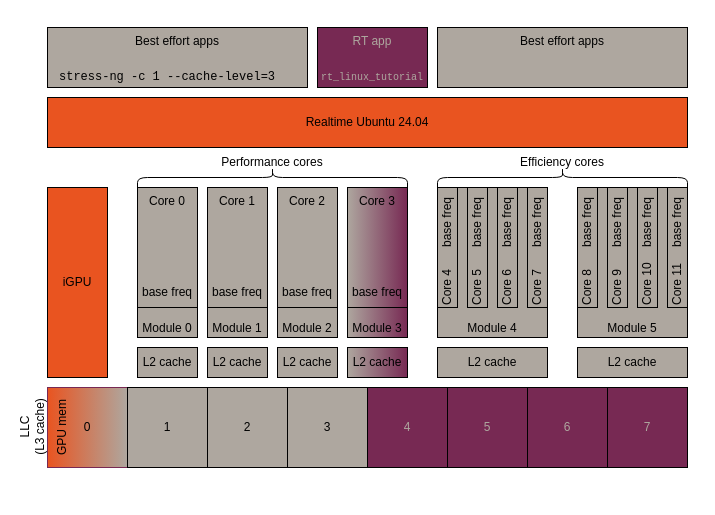
canonical/real-time-ubuntu-docs keeps this draw.io diagram as docs/diagram_sources/tcc_setup_CAT.drawio.xml. Above is the earlier version. Source tidied: cells renumbered, new cells numbered last; positions are measured from the earlier drawing's top-left corner, leaving out a move shared by most shapes. Both pictures are drawn from the tidied source at 100%, with x=0, y=0 at pixel (17, 27).
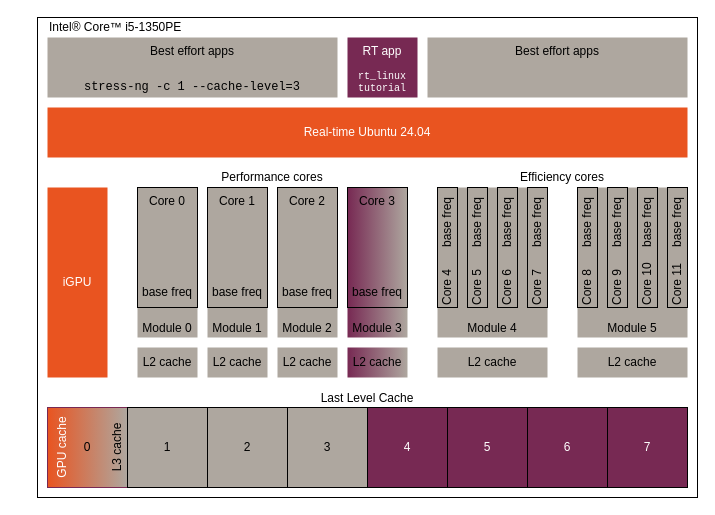
After the change.

Commit message (it also covers changes not shown here):
Update images to "Real-time Ubuntu"

The edit, as a diff of the source:
```diff
@@
+    <mxCell id="59" style="rounded=0;whiteSpace=wrap;html=1;" parent="1" vertex="1">
+      <mxGeometry x="20" y="-10" width="660" height="480" as="geometry" />
+    </mxCell>
-    <mxCell id="2" value="Module 2" style="rounded=0;whiteSpace=wrap;html=1;verticalAlign=bottom;fontFamily=Ubuntu;fillColor=#AEA79F;" parent="1" vertex="1">
+    <mxCell id="2" value="Module 2" style="rounded=0;whiteSpace=wrap;html=1;verticalAlign=bottom;fontFamily=Ubuntu;fillColor=#AEA79F;strokeColor=none;" parent="1" vertex="1">
       <mxGeometry x="260" y="160" width="60" height="150" as="geometry" />
     </mxCell>
-    <mxCell id="3" value="Module 1" style="rounded=0;whiteSpace=wrap;html=1;verticalAlign=bottom;fontFamily=Ubuntu;fillColor=#AEA79F;" parent="1" vertex="1">
+    <mxCell id="3" value="Module 1" style="rounded=0;whiteSpace=wrap;html=1;verticalAlign=bottom;fontFamily=Ubuntu;fillColor=#AEA79F;strokeColor=none;" parent="1" vertex="1">
       <mxGeometry x="190" y="160" width="60" height="150" as="geometry" />
     </mxCell>
-    <mxCell id="4" value="Module 0" style="rounded=0;whiteSpace=wrap;html=1;verticalAlign=bottom;fontFamily=Ubuntu;fillColor=#AEA79F;" parent="1" vertex="1">
+    <mxCell id="4" value="Module 0" style="rounded=0;whiteSpace=wrap;html=1;verticalAlign=bottom;fontFamily=Ubuntu;fillColor=#AEA79F;strokeColor=none;" parent="1" vertex="1">
       <mxGeometry x="120" y="160" width="60" height="150" as="geometry" />
     </mxCell>
-    <mxCell id="5" value="Module 3" style="rounded=0;whiteSpace=wrap;html=1;verticalAlign=bottom;fontFamily=Ubuntu;fillColor=#AEA79F;fillStyle=solid;gradientColor=#772953;gradientDirection=east;" parent="1" vertex="1">
+    <mxCell id="5" value="Module 3" style="rounded=0;whiteSpace=wrap;html=1;verticalAlign=bottom;fontFamily=Ubuntu;fillColor=#772953;fillStyle=solid;gradientColor=#AEA79F;gradientDirection=east;fontColor=#000000;strokeColor=none;" parent="1" vertex="1">
       <mxGeometry x="330" y="160" width="60" height="150" as="geometry" />
     </mxCell>
     <mxCell id="6" value="0" style="whiteSpace=wrap;html=1;fontFamily=Ubuntu;fillStyle=solid;fillColor=#AEA79F;gradientColor=#E95420;strokeColor=#772953;rounded=0;shadow=0;glass=0;gradientDirection=west;" parent="1" vertex="1">
-      <mxGeometry x="30" y="360" width="80" height="80" as="geometry" />
+      <mxGeometry x="30" y="380" width="80" height="80" as="geometry" />
     </mxCell>
     <mxCell id="7" value="1" style="whiteSpace=wrap;html=1;fontFamily=Ubuntu;fillColor=#AEA79F;" parent="1" vertex="1">
-      <mxGeometry x="110" y="360" width="80" height="80" as="geometry" />
+      <mxGeometry x="110" y="380" width="80" height="80" as="geometry" />
     </mxCell>
     <mxCell id="8" value="2" style="whiteSpace=wrap;html=1;fontFamily=Ubuntu;fillColor=#AEA79F;" parent="1" vertex="1">
-      <mxGeometry x="190" y="360" width="80" height="80" as="geometry" />
+      <mxGeometry x="190" y="380" width="80" height="80" as="geometry" />
     </mxCell>
     <mxCell id="9" value="3" style="whiteSpace=wrap;html=1;fontFamily=Ubuntu;fillColor=#AEA79F;" parent="1" vertex="1">
-      <mxGeometry x="270" y="360" width="80" height="80" as="geometry" />
+      <mxGeometry x="270" y="380" width="80" height="80" as="geometry" />
     </mxCell>
-    <mxCell id="10" value="4" style="whiteSpace=wrap;html=1;fontFamily=Ubuntu;fillColor=#772953;fontColor=#AEA79F;" parent="1" vertex="1">
-      <mxGeometry x="350" y="360" width="80" height="80" as="geometry" />
+    <mxCell id="10" value="4" style="whiteSpace=wrap;html=1;fontFamily=Ubuntu;fillColor=#772953;fontColor=#FFFFFF;" parent="1" vertex="1">
+      <mxGeometry x="350" y="380" width="80" height="80" as="geometry" />
     </mxCell>
-    <mxCell id="11" value="5" style="whiteSpace=wrap;html=1;fontFamily=Ubuntu;fillColor=#772953;fontColor=#AEA79F;" parent="1" vertex="1">
-      <mxGeometry x="430" y="360" width="80" height="80" as="geometry" />
+    <mxCell id="11" value="5" style="whiteSpace=wrap;html=1;fontFamily=Ubuntu;fillColor=#772953;fontColor=#FFFFFF;" parent="1" vertex="1">
+      <mxGeometry x="430" y="380" width="80" height="80" as="geometry" />
     </mxCell>
-    <mxCell id="12" value="6" style="whiteSpace=wrap;html=1;fontFamily=Ubuntu;fillColor=#772953;fontColor=#AEA79F;" parent="1" vertex="1">
-      <mxGeometry x="510" y="360" width="80" height="80" as="geometry" />
+    <mxCell id="12" value="6" style="whiteSpace=wrap;html=1;fontFamily=Ubuntu;fillColor=#772953;fontColor=#FFFFFF;" parent="1" vertex="1">
+      <mxGeometry x="510" y="380" width="80" height="80" as="geometry" />
     </mxCell>
-    <mxCell id="13" value="7" style="whiteSpace=wrap;html=1;fontFamily=Ubuntu;fillColor=#772953;fontColor=#AEA79F;" parent="1" vertex="1">
-      <mxGeometry x="590" y="360" width="80" height="80" as="geometry" />
+    <mxCell id="13" value="7" style="whiteSpace=wrap;html=1;fontFamily=Ubuntu;fillColor=#772953;fontColor=#FFFFFF;" parent="1" vertex="1">
+      <mxGeometry x="590" y="380" width="80" height="80" as="geometry" />
     </mxCell>
-    <mxCell id="14" value="iGPU" style="rounded=0;whiteSpace=wrap;html=1;fontFamily=Ubuntu;fillColor=#E95420;" parent="1" vertex="1">
+    <mxCell id="14" value="iGPU" style="rounded=0;whiteSpace=wrap;html=1;fontFamily=Ubuntu;fillColor=#E95420;strokeColor=none;fontColor=#FFFFFF;" parent="1" vertex="1">
       <mxGeometry x="30" y="160" width="60" height="190" as="geometry" />
     </mxCell>
@@
-    <mxCell id="18" value="Core 3" style="rounded=0;whiteSpace=wrap;html=1;fontFamily=Ubuntu;verticalAlign=top;fillColor=none;fillStyle=hatch;gradientDirection=east;strokeColor=default;" parent="1" vertex="1">
+    <mxCell id="18" value="Core 3" style="rounded=0;whiteSpace=wrap;html=1;fontFamily=Ubuntu;verticalAlign=top;fillColor=none;fillStyle=hatch;gradientDirection=east;strokeColor=default;fontColor=#000000;" parent="1" vertex="1">
       <mxGeometry x="330" y="160" width="60" height="120" as="geometry" />
     </mxCell>
-    <mxCell id="19" value="L2 cache" style="rounded=0;whiteSpace=wrap;html=1;fontFamily=Ubuntu;fillColor=#AEA79F;" parent="1" vertex="1">
-      <mxGeometry x="420" y="320" width="110" height="30" as="geometry" />
-    </mxCell>
-    <mxCell id="20" value="L2 cache" style="rounded=0;whiteSpace=wrap;html=1;fontFamily=Ubuntu;fillColor=#AEA79F;" parent="1" vertex="1">
-      <mxGeometry x="560" y="320" width="110" height="30" as="geometry" />
-    </mxCell>
+    <mxCell id="60" value="L2 cache" style="rounded=0;whiteSpace=wrap;html=1;fontFamily=Ubuntu;fillColor=#AEA79F;strokeColor=none;" parent="1" vertex="1">
+      <mxGeometry x="420" y="320" width="110" height="30" as="geometry" />
+    </mxCell>
+    <mxCell id="61" value="L2 cache" style="rounded=0;whiteSpace=wrap;html=1;fontFamily=Ubuntu;fillColor=#AEA79F;strokeColor=none;" parent="1" vertex="1">
+      <mxGeometry x="560" y="320" width="110" height="30" as="geometry" />
+    </mxCell>
-    <mxCell id="21" value="Module 4" style="rounded=0;whiteSpace=wrap;html=1;verticalAlign=bottom;fontFamily=Ubuntu;fillColor=#AEA79F;" parent="1" vertex="1">
+    <mxCell id="21" value="Module 4" style="rounded=0;whiteSpace=wrap;html=1;verticalAlign=bottom;fontFamily=Ubuntu;fillColor=#AEA79F;strokeColor=none;" parent="1" vertex="1">
       <mxGeometry x="420" y="160" width="110" height="150" as="geometry" />
     </mxCell>
-    <mxCell id="22" value="Module 5" style="rounded=0;whiteSpace=wrap;html=1;verticalAlign=bottom;fontFamily=Ubuntu;fillColor=#AEA79F;" parent="1" vertex="1">
+    <mxCell id="22" value="Module 5" style="rounded=0;whiteSpace=wrap;html=1;verticalAlign=bottom;fontFamily=Ubuntu;fillColor=#AEA79F;strokeColor=none;" parent="1" vertex="1">
       <mxGeometry x="560" y="160" width="110" height="150" as="geometry" />
     </mxCell>
@@
-    <mxCell id="31" value="L2 cache" style="rounded=0;whiteSpace=wrap;html=1;fontFamily=Ubuntu;fillColor=#AEA79F;" parent="1" vertex="1">
-      <mxGeometry x="120" y="320" width="60" height="30" as="geometry" />
-    </mxCell>
-    <mxCell id="32" value="L2 cache" style="rounded=0;whiteSpace=wrap;html=1;fontFamily=Ubuntu;fillColor=#AEA79F;" parent="1" vertex="1">
-      <mxGeometry x="190" y="320" width="60" height="30" as="geometry" />
-    </mxCell>
-    <mxCell id="33" value="L2 cache" style="rounded=0;whiteSpace=wrap;html=1;fontFamily=Ubuntu;fillColor=#AEA79F;" parent="1" vertex="1">
-      <mxGeometry x="260" y="320" width="60" height="30" as="geometry" />
-    </mxCell>
-    <mxCell id="34" value="L2 cache" style="rounded=0;whiteSpace=wrap;html=1;fontFamily=Ubuntu;fillColor=#AEA79F;fillStyle=solid;strokeWidth=1;gradientColor=#772953;gradientDirection=east;" parent="1" vertex="1">
-      <mxGeometry x="330" y="320" width="60" height="30" as="geometry" />
-    </mxCell>
-    <mxCell id="35" value="LLC&lt;div&gt;(L3 cache)&lt;/div&gt;" style="text;html=1;align=center;verticalAlign=middle;whiteSpace=wrap;rounded=0;horizontal=0;fontFamily=Ubuntu;" parent="1" vertex="1">
-      <mxGeometry y="352.5" width="30" height="95" as="geometry" />
-    </mxCell>
-    <mxCell id="36" value="Realtime Ubuntu 24.04" style="rounded=0;whiteSpace=wrap;html=1;fontFamily=Ubuntu;verticalAlign=middle;fillColor=#E95420;" parent="1" vertex="1">
-      <mxGeometry x="30" y="70" width="640" height="50" as="geometry" />
-    </mxCell>
-    <mxCell id="37" value="Best effort apps" style="rounded=0;whiteSpace=wrap;html=1;fontFamily=Ubuntu;verticalAlign=top;fillColor=#AEA79F;" parent="1" vertex="1">
-      <mxGeometry x="30" width="260" height="60" as="geometry" />
-    </mxCell>
-    <mxCell id="38" value="Best effort apps" style="rounded=0;whiteSpace=wrap;html=1;fontFamily=Ubuntu;verticalAlign=top;fillColor=#AEA79F;" parent="1" vertex="1">
-      <mxGeometry x="420" width="250" height="60" as="geometry" />
-    </mxCell>
+    <mxCell id="62" value="L2 cache" style="rounded=0;whiteSpace=wrap;html=1;fontFamily=Ubuntu;fillColor=#AEA79F;strokeColor=none;" parent="1" vertex="1">
+      <mxGeometry x="120" y="320" width="60" height="30" as="geometry" />
+    </mxCell>
+    <mxCell id="63" value="L2 cache" style="rounded=0;whiteSpace=wrap;html=1;fontFamily=Ubuntu;fillColor=#AEA79F;strokeColor=none;" parent="1" vertex="1">
+      <mxGeometry x="190" y="320" width="60" height="30" as="geometry" />
+    </mxCell>
+    <mxCell id="64" value="L2 cache" style="rounded=0;whiteSpace=wrap;html=1;fontFamily=Ubuntu;fillColor=#AEA79F;strokeColor=none;" parent="1" vertex="1">
+      <mxGeometry x="260" y="320" width="60" height="30" as="geometry" />
+    </mxCell>
+    <mxCell id="65" value="L2 cache" style="rounded=0;whiteSpace=wrap;html=1;fontFamily=Ubuntu;fillColor=#772953;fillStyle=solid;strokeWidth=1;gradientColor=#AEA79F;gradientDirection=east;fontColor=#000000;strokeColor=none;" parent="1" vertex="1">
+      <mxGeometry x="330" y="320" width="60" height="30" as="geometry" />
+    </mxCell>
+    <mxCell id="66" value="Last Level Cache" style="text;html=1;align=center;verticalAlign=middle;whiteSpace=wrap;rounded=0;horizontal=1;fontFamily=Ubuntu;" parent="1" vertex="1">
+      <mxGeometry x="30" y="362.5" width="640" height="17.5" as="geometry" />
+    </mxCell>
+    <mxCell id="67" value="Real-time Ubuntu 24.04" style="rounded=0;whiteSpace=wrap;html=1;fontFamily=Ubuntu;verticalAlign=middle;fillColor=#E95420;strokeColor=none;fontColor=#FFFFFF;" parent="1" vertex="1">
+      <mxGeometry x="30" y="80" width="640" height="50" as="geometry" />
+    </mxCell>
+    <mxCell id="68" value="Best effort apps" style="rounded=0;whiteSpace=wrap;html=1;fontFamily=Ubuntu;verticalAlign=top;fillColor=#AEA79F;strokeColor=none;" parent="1" vertex="1">
+      <mxGeometry x="30" y="10" width="290" height="60" as="geometry" />
+    </mxCell>
+    <mxCell id="69" value="Best effort apps" style="rounded=0;whiteSpace=wrap;html=1;fontFamily=Ubuntu;verticalAlign=top;fillColor=#AEA79F;strokeColor=none;" parent="1" vertex="1">
+      <mxGeometry x="410" y="10" width="260" height="60" as="geometry" />
+    </mxCell>
-    <mxCell id="39" value="RT app" style="rounded=0;whiteSpace=wrap;html=1;fontFamily=Ubuntu;verticalAlign=top;labelBackgroundColor=none;fillColor=#772953;fontColor=#AEA79F;" parent="1" vertex="1">
-      <mxGeometry x="300" width="110" height="60" as="geometry" />
+    <mxCell id="39" value="RT app" style="rounded=0;whiteSpace=wrap;html=1;fontFamily=Ubuntu;verticalAlign=top;labelBackgroundColor=none;fillColor=#772953;fontColor=#FFFFFF;strokeColor=none;" parent="1" vertex="1">
+      <mxGeometry x="330" y="10" width="70" height="60" as="geometry" />
     </mxCell>
-    <mxCell id="40" value="base freq" style="text;html=1;align=center;verticalAlign=middle;whiteSpace=wrap;rounded=0;fontFamily=Ubuntu;" parent="1" vertex="1">
-      <mxGeometry x="120" y="250" width="60" height="30" as="geometry" />
-    </mxCell>
-    <mxCell id="41" value="base freq" style="text;html=1;align=center;verticalAlign=middle;whiteSpace=wrap;rounded=0;fontFamily=Ubuntu;" parent="1" vertex="1">
-      <mxGeometry x="190" y="250" width="60" height="30" as="geometry" />
-    </mxCell>
-    <mxCell id="42" value="base freq" style="text;html=1;align=center;verticalAlign=middle;whiteSpace=wrap;rounded=0;fontFamily=Ubuntu;" parent="1" vertex="1">
-      <mxGeometry x="260" y="250" width="60" height="30" as="geometry" />
-    </mxCell>
-    <mxCell id="43" value="base freq" style="text;html=1;align=center;verticalAlign=middle;whiteSpace=wrap;rounded=0;fontFamily=Ubuntu;" parent="1" vertex="1">
-      <mxGeometry x="330" y="250" width="60" height="30" as="geometry" />
-    </mxCell>
-    <mxCell id="44" value="base freq" style="text;html=1;align=center;verticalAlign=middle;whiteSpace=wrap;rounded=0;horizontal=0;fontFamily=Ubuntu;" parent="1" vertex="1">
-      <mxGeometry x="420" y="160" width="20" height="70" as="geometry" />
-    </mxCell>
-    <mxCell id="45" value="base freq" style="text;html=1;align=center;verticalAlign=middle;whiteSpace=wrap;rounded=0;horizontal=0;fontFamily=Ubuntu;" parent="1" vertex="1">
-      <mxGeometry x="450" y="160" width="20" height="70" as="geometry" />
-    </mxCell>
-    <mxCell id="46" value="base freq" style="text;html=1;align=center;verticalAlign=middle;whiteSpace=wrap;rounded=0;horizontal=0;fontFamily=Ubuntu;" parent="1" vertex="1">
-      <mxGeometry x="480" y="160" width="20" height="70" as="geometry" />
-    </mxCell>
-    <mxCell id="47" value="base freq" style="text;html=1;align=center;verticalAlign=middle;whiteSpace=wrap;rounded=0;horizontal=0;fontFamily=Ubuntu;" parent="1" vertex="1">
-      <mxGeometry x="510" y="160" width="20" height="70" as="geometry" />
-    </mxCell>
-    <mxCell id="48" value="base freq" style="text;html=1;align=center;verticalAlign=middle;whiteSpace=wrap;rounded=0;horizontal=0;fontFamily=Ubuntu;" parent="1" vertex="1">
-      <mxGeometry x="560" y="160" width="20" height="70" as="geometry" />
-    </mxCell>
-    <mxCell id="49" value="base freq" style="text;html=1;align=center;verticalAlign=middle;whiteSpace=wrap;rounded=0;horizontal=0;fontFamily=Ubuntu;" parent="1" vertex="1">
-      <mxGeometry x="590" y="160" width="20" height="70" as="geometry" />
-    </mxCell>
-    <mxCell id="50" value="base freq" style="text;html=1;align=center;verticalAlign=middle;whiteSpace=wrap;rounded=0;horizontal=0;fontFamily=Ubuntu;" parent="1" vertex="1">
-      <mxGeometry x="620" y="160" width="20" height="70" as="geometry" />
-    </mxCell>
-    <mxCell id="51" value="base freq" style="text;html=1;align=center;verticalAlign=middle;whiteSpace=wrap;rounded=0;horizontal=0;fontFamily=Ubuntu;" parent="1" vertex="1">
-      <mxGeometry x="650" y="160" width="20" height="70" as="geometry" />
-    </mxCell>
+    <mxCell id="70" value="base freq" style="text;html=1;align=center;verticalAlign=middle;whiteSpace=wrap;rounded=0;fontFamily=Ubuntu;" parent="1" vertex="1">
+      <mxGeometry x="120" y="250" width="60" height="30" as="geometry" />
+    </mxCell>
+    <mxCell id="71" value="base freq" style="text;html=1;align=center;verticalAlign=middle;whiteSpace=wrap;rounded=0;fontFamily=Ubuntu;" parent="1" vertex="1">
+      <mxGeometry x="190" y="250" width="60" height="30" as="geometry" />
+    </mxCell>
+    <mxCell id="72" value="base freq" style="text;html=1;align=center;verticalAlign=middle;whiteSpace=wrap;rounded=0;fontFamily=Ubuntu;" parent="1" vertex="1">
+      <mxGeometry x="260" y="250" width="60" height="30" as="geometry" />
+    </mxCell>
+    <mxCell id="73" value="base freq" style="text;html=1;align=center;verticalAlign=middle;whiteSpace=wrap;rounded=0;horizontal=0;fontFamily=Ubuntu;" parent="1" vertex="1">
+      <mxGeometry x="420" y="160" width="20" height="70" as="geometry" />
+    </mxCell>
+    <mxCell id="74" value="base freq" style="text;html=1;align=center;verticalAlign=middle;whiteSpace=wrap;rounded=0;horizontal=0;fontFamily=Ubuntu;" parent="1" vertex="1">
+      <mxGeometry x="450" y="160" width="20" height="70" as="geometry" />
+    </mxCell>
+    <mxCell id="75" value="base freq" style="text;html=1;align=center;verticalAlign=middle;whiteSpace=wrap;rounded=0;horizontal=0;fontFamily=Ubuntu;" parent="1" vertex="1">
+      <mxGeometry x="480" y="160" width="20" height="70" as="geometry" />
+    </mxCell>
+    <mxCell id="76" value="base freq" style="text;html=1;align=center;verticalAlign=middle;whiteSpace=wrap;rounded=0;horizontal=0;fontFamily=Ubuntu;" parent="1" vertex="1">
+      <mxGeometry x="510" y="160" width="20" height="70" as="geometry" />
+    </mxCell>
+    <mxCell id="77" value="base freq" style="text;html=1;align=center;verticalAlign=middle;whiteSpace=wrap;rounded=0;horizontal=0;fontFamily=Ubuntu;" parent="1" vertex="1">
+      <mxGeometry x="560" y="160" width="20" height="70" as="geometry" />
+    </mxCell>
+    <mxCell id="78" value="base freq" style="text;html=1;align=center;verticalAlign=middle;whiteSpace=wrap;rounded=0;horizontal=0;fontFamily=Ubuntu;" parent="1" vertex="1">
+      <mxGeometry x="590" y="160" width="20" height="70" as="geometry" />
+    </mxCell>
+    <mxCell id="79" value="base freq" style="text;html=1;align=center;verticalAlign=middle;whiteSpace=wrap;rounded=0;horizontal=0;fontFamily=Ubuntu;" parent="1" vertex="1">
+      <mxGeometry x="620" y="160" width="20" height="70" as="geometry" />
+    </mxCell>
+    <mxCell id="80" value="base freq" style="text;html=1;align=center;verticalAlign=middle;whiteSpace=wrap;rounded=0;horizontal=0;fontFamily=Ubuntu;" parent="1" vertex="1">
+      <mxGeometry x="650" y="160" width="20" height="70" as="geometry" />
+    </mxCell>
-    <mxCell id="52" value="stress-ng -c 1 --cache-level=3" style="text;html=1;align=left;verticalAlign=middle;whiteSpace=wrap;rounded=0;fontFamily=Courier New;" parent="1" vertex="1">
-      <mxGeometry x="40" y="40" width="280" height="20" as="geometry" />
+    <mxCell id="52" value="stress-ng -c 1 --cache-level=3" style="text;html=1;align=center;verticalAlign=middle;whiteSpace=wrap;rounded=0;fontFamily=Courier New;" parent="1" vertex="1">
+      <mxGeometry x="30" y="50" width="290" height="20" as="geometry" />
     </mxCell>
-    <mxCell id="53" value="rt_linux_tutorial" style="text;html=1;align=center;verticalAlign=middle;whiteSpace=wrap;rounded=0;fontFamily=Courier New;fontSize=10;fontColor=#AEA79F;" parent="1" vertex="1">
-      <mxGeometry x="300" y="40" width="110" height="20" as="geometry" />
-    </mxCell>
-    <mxCell id="54" style="shape=curlyBracket;whiteSpace=wrap;html=1;rounded=1;labelPosition=left;verticalLabelPosition=middle;align=right;verticalAlign=middle;rotation=90;fontFamily=Ubuntu;" parent="1" vertex="1">
-      <mxGeometry x="245" y="15" width="20" height="270" as="geometry" />
-    </mxCell>
+    <mxCell id="81" value="rt_linux&lt;div&gt;tutorial&lt;/div&gt;" style="text;html=1;align=center;verticalAlign=middle;whiteSpace=wrap;rounded=0;fontFamily=Courier New;fontSize=10;fontColor=#FFFFFF;" parent="1" vertex="1">
+      <mxGeometry x="330" y="40" width="70" height="30" as="geometry" />
+    </mxCell>
     <mxCell id="55" value="Performance cores" style="text;html=1;align=center;verticalAlign=middle;whiteSpace=wrap;rounded=0;fontFamily=Ubuntu;" parent="1" vertex="1">
-      <mxGeometry x="120" y="120" width="270" height="30" as="geometry" />
+      <mxGeometry x="120" y="140" width="270" height="20" as="geometry" />
     </mxCell>
-    <mxCell id="56" style="shape=curlyBracket;whiteSpace=wrap;html=1;rounded=1;labelPosition=left;verticalLabelPosition=middle;align=right;verticalAlign=middle;rotation=90;fontFamily=Ubuntu;" parent="1" vertex="1">
-      <mxGeometry x="535" y="25" width="20" height="250" as="geometry" />
-    </mxCell>
     <mxCell id="57" value="Efficiency cores" style="text;html=1;align=center;verticalAlign=middle;whiteSpace=wrap;rounded=0;fontFamily=Ubuntu;" parent="1" vertex="1">
-      <mxGeometry x="420" y="120" width="250" height="30" as="geometry" />
+      <mxGeometry x="420" y="140" width="250" height="20" as="geometry" />
     </mxCell>
-    <mxCell id="58" value="GPU mem" style="text;html=1;align=center;verticalAlign=middle;whiteSpace=wrap;rounded=0;horizontal=0;fontFamily=Ubuntu;" parent="1" vertex="1">
-      <mxGeometry x="30" y="360" width="30" height="80" as="geometry" />
-    </mxCell>
+    <mxCell id="82" value="GPU cache" style="text;html=1;align=center;verticalAlign=middle;whiteSpace=wrap;rounded=0;horizontal=0;fontFamily=Ubuntu;fontColor=#FFFFFF;" parent="1" vertex="1">
+      <mxGeometry x="30" y="380" width="30" height="80" as="geometry" />
+    </mxCell>
+    <mxCell id="83" value="L3 cache" style="text;html=1;align=center;verticalAlign=middle;whiteSpace=wrap;rounded=0;horizontal=0;fontFamily=Ubuntu;" parent="1" vertex="1">
+      <mxGeometry x="90" y="380" width="20" height="80" as="geometry" />
+    </mxCell>
+    <mxCell id="84" value="Intel® Core™ i5-1350PE" style="text;html=1;align=left;verticalAlign=middle;whiteSpace=wrap;rounded=0;fontFamily=Ubuntu;" parent="1" vertex="1">
+      <mxGeometry x="30" y="-10" width="150" height="20" as="geometry" />
+    </mxCell>
+    <mxCell id="85" value="base freq" style="text;html=1;align=center;verticalAlign=middle;whiteSpace=wrap;rounded=0;fontFamily=Ubuntu;" parent="1" vertex="1">
+      <mxGeometry x="330" y="250" width="60" height="30" as="geometry" />
+    </mxCell>
```
